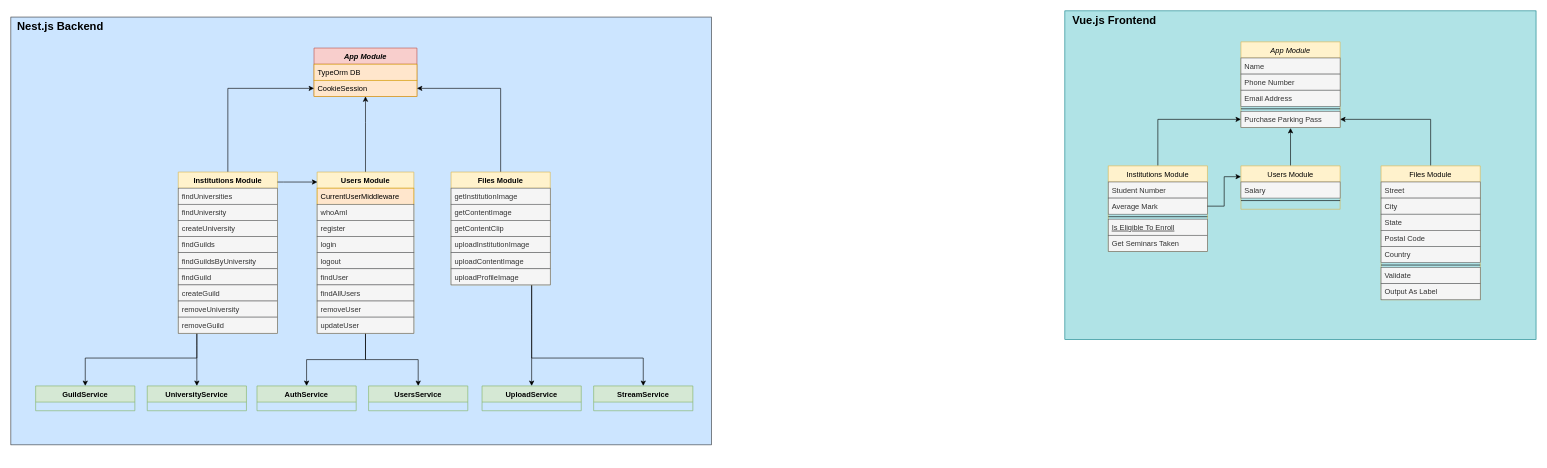
Tompparella/nestjs_practice_project keeps this draw.io diagram as architecture.drawio. Above is the earlier version. Source tidied: cells renumbered, new cells numbered last; positions are measured from the earlier drawing's top-left corner, leaving out a move shared by most shapes. Both pictures are drawn from the tidied source at 62%, with x=0, y=0 at pixel (11, 11).
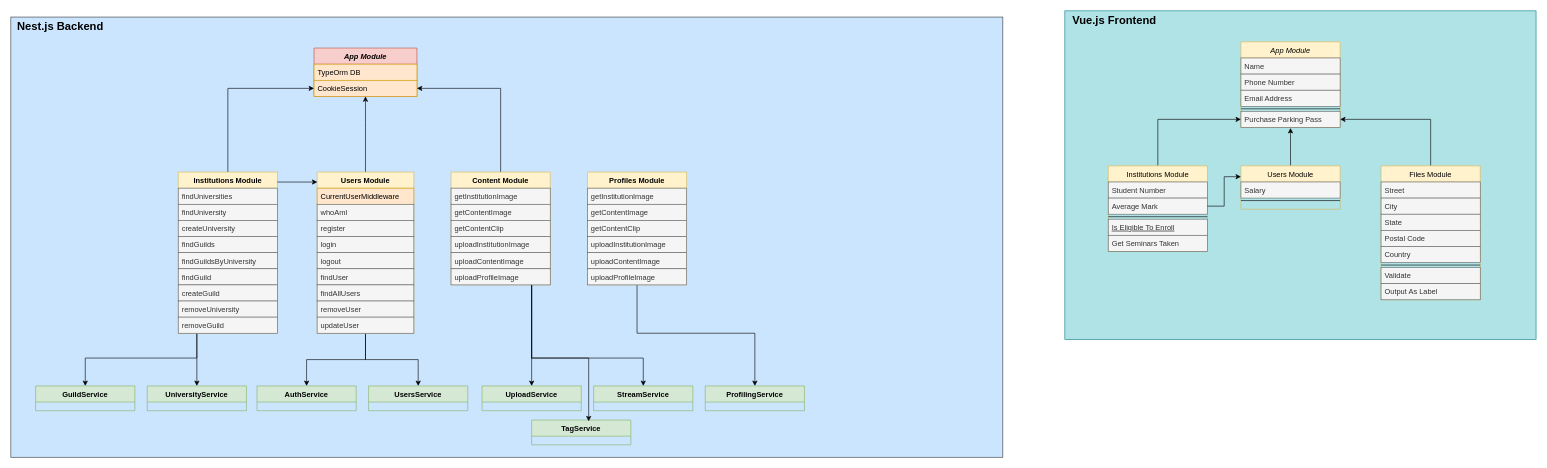
After the change.

The change refers to these unchanged cells:
```xml
<mxCell id="41" value="uploadProfileImage" style="text;align=left;verticalAlign=top;spacingLeft=4;spacingRight=4;overflow=hidden;points=[[0,0.5],[1,0.5]];portConstraint=eastwest;fillColor=#f5f5f5;fontColor=#333333;strokeColor=#666666;" parent="35" vertex="1">
  <mxGeometry y="156" width="160" height="26" as="geometry" />
</mxCell>
```

The edit, as a diff of the source:
```diff
@@
     <mxCell id="2" style="rounded=0;whiteSpace=wrap;html=1;fillColor=#cce5ff;strokeColor=#36393d;" parent="1" vertex="1">
-      <mxGeometry y="10" width="1130" height="690" as="geometry" />
+      <mxGeometry y="10" width="1600" height="710" as="geometry" />
     </mxCell>
@@
-    <mxCell id="35" value="Files Module" style="swimlane;fontStyle=1;align=center;verticalAlign=top;horizontal=1;startSize=26;rounded=0;shadow=0;strokeWidth=1;fillColor=#fff2cc;strokeColor=#d6b656;" parent="1" vertex="1">
+    <mxCell id="35" value="Content Module" style="swimlane;fontStyle=1;align=center;verticalAlign=top;horizontal=1;startSize=26;rounded=0;shadow=0;strokeWidth=1;fillColor=#fff2cc;strokeColor=#d6b656;" parent="1" vertex="1">
       <mxGeometry x="710" y="260" width="160" height="182" as="geometry" />
     </mxCell>
@@
+    <mxCell id="80" style="edgeStyle=orthogonalEdgeStyle;rounded=0;jettySize=auto;html=1;" parent="1" edge="1" source="81" target="90">
+      <mxGeometry relative="1" as="geometry">
+        <Array as="points">
+          <mxPoint x="1010" y="520" />
+          <mxPoint x="1200" y="520" />
+        </Array>
+      </mxGeometry>
+    </mxCell>
+    <mxCell id="81" value="Profiles Module" style="swimlane;fontStyle=1;align=center;verticalAlign=top;horizontal=1;startSize=26;rounded=0;shadow=0;strokeWidth=1;fillColor=#fff2cc;strokeColor=#d6b656;" parent="1" vertex="1">
+      <mxGeometry x="930" y="260" width="160" height="182" as="geometry" />
+    </mxCell>
+    <mxCell id="82" value="getInstitutionImage" style="text;align=left;verticalAlign=top;spacingLeft=4;spacingRight=4;overflow=hidden;fillColor=#f5f5f5;fontColor=#333333;strokeColor=#666666;" parent="81" vertex="1">
+      <mxGeometry y="26" width="160" height="26" as="geometry" />
+    </mxCell>
+    <mxCell id="83" value="getContentImage" style="text;align=left;verticalAlign=top;spacingLeft=4;spacingRight=4;overflow=hidden;rounded=0;shadow=0;html=0;fillColor=#f5f5f5;fontColor=#333333;strokeColor=#666666;" parent="81" vertex="1">
+      <mxGeometry y="52" width="160" height="26" as="geometry" />
+    </mxCell>
+    <mxCell id="84" value="getContentClip" style="text;align=left;verticalAlign=top;spacingLeft=4;spacingRight=4;overflow=hidden;rounded=0;shadow=0;html=0;fillColor=#f5f5f5;fontColor=#333333;strokeColor=#666666;" parent="81" vertex="1">
+      <mxGeometry y="78" width="160" height="26" as="geometry" />
+    </mxCell>
+    <mxCell id="85" value="uploadInstitutionImage" style="text;align=left;verticalAlign=top;spacingLeft=4;spacingRight=4;overflow=hidden;rounded=0;shadow=0;html=0;fillColor=#f5f5f5;fontColor=#333333;strokeColor=#666666;" parent="81" vertex="1">
+      <mxGeometry y="104" width="160" height="26" as="geometry" />
+    </mxCell>
+    <mxCell id="86" value="uploadContentImage" style="text;align=left;verticalAlign=top;spacingLeft=4;spacingRight=4;overflow=hidden;rounded=0;shadow=0;html=0;fillColor=#f5f5f5;fontColor=#333333;strokeColor=#666666;" parent="81" vertex="1">
+      <mxGeometry y="130" width="160" height="26" as="geometry" />
+    </mxCell>
+    <mxCell id="87" value="uploadProfileImage" style="text;align=left;verticalAlign=top;spacingLeft=4;spacingRight=4;overflow=hidden;fillColor=#f5f5f5;fontColor=#333333;strokeColor=#666666;" parent="81" vertex="1">
+      <mxGeometry y="156" width="160" height="26" as="geometry" />
+    </mxCell>
+    <mxCell id="88" value="TagService" style="swimlane;fontStyle=1;align=center;verticalAlign=top;horizontal=1;startSize=26;rounded=0;shadow=0;strokeWidth=1;fillColor=#d5e8d4;strokeColor=#82b366;" parent="1" vertex="1">
+      <mxGeometry x="840" y="660" width="160" height="40" as="geometry" />
+    </mxCell>
+    <mxCell id="89" style="edgeStyle=orthogonalEdgeStyle;rounded=0;jettySize=auto;html=1;entryX=0.575;entryY=0.05;entryDx=0;entryDy=0;entryPerimeter=0;" parent="1" edge="1" source="41" target="88">
+      <mxGeometry relative="1" as="geometry">
+        <Array as="points">
+          <mxPoint x="840" y="560" />
+          <mxPoint x="932" y="560" />
+        </Array>
+      </mxGeometry>
+    </mxCell>
+    <mxCell id="90" value="ProfilingService" style="swimlane;fontStyle=1;align=center;verticalAlign=top;horizontal=1;startSize=26;rounded=0;shadow=0;strokeWidth=1;fillColor=#d5e8d4;strokeColor=#82b366;" parent="1" vertex="1">
+      <mxGeometry x="1120" y="605" width="160" height="40" as="geometry" />
+    </mxCell>
```
